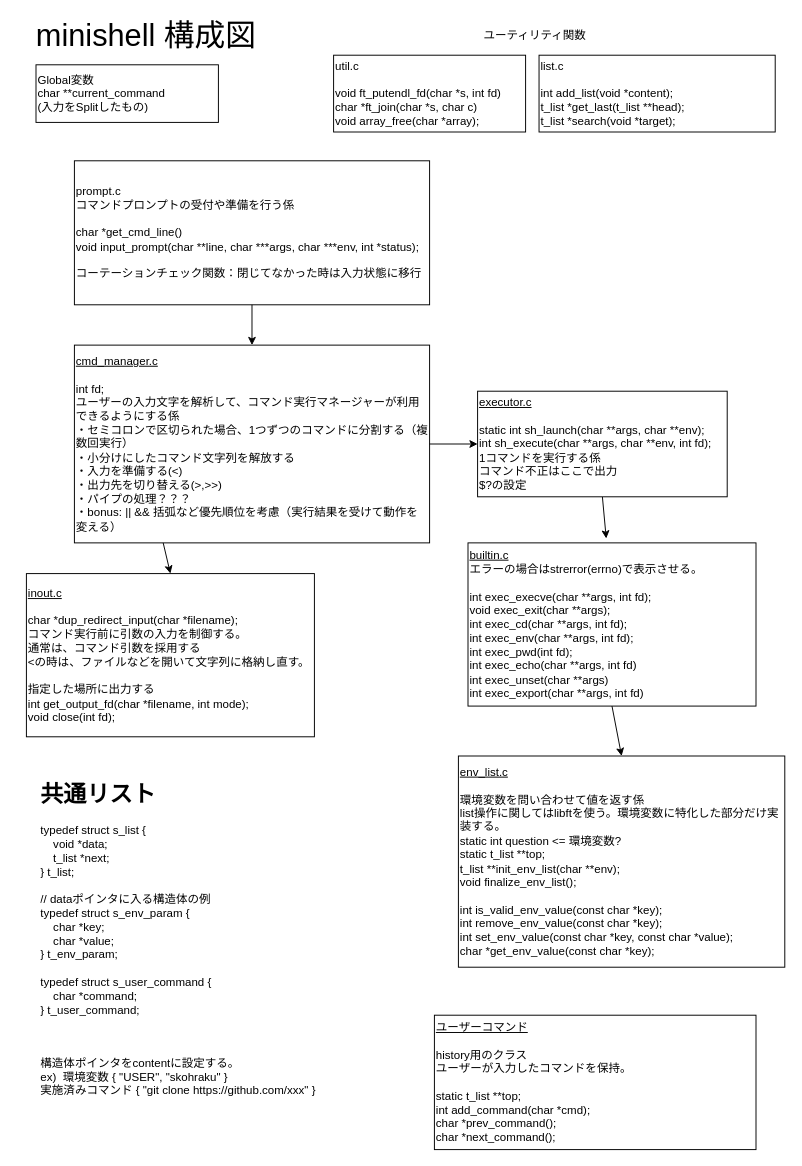
Before: page "構成図" (1 of 2) of diagram.drawio in Toshiki-Nakamura/minishell, a draw.io diagram. Source tidied: cells renumbered, new cells numbered last; positions are measured from the earlier drawing's top-left corner, leaving out a move shared by most shapes. Both pictures are drawn from the tidied source at 96%, with x=0, y=0 at pixel (16, 16).
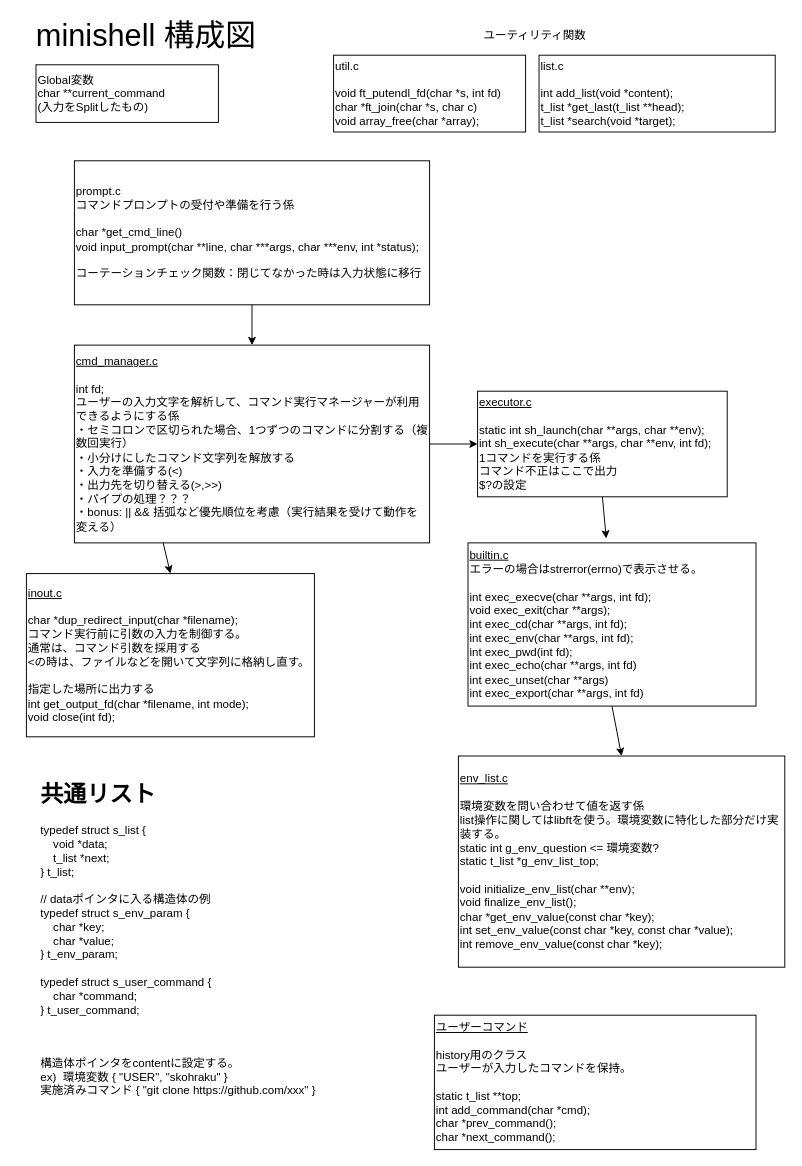
After the change.

Change to the diagram source:
```diff
@@
 <mxGraphModel>
   <root>
     <mxCell id="0" />
     <mxCell id="1" parent="0" />
     <mxCell id="2" value="minishell 構成図" style="text;html=1;strokeColor=none;fillColor=none;align=center;verticalAlign=middle;whiteSpace=wrap;rounded=0;fontSize=32;" parent="1" vertex="1">
       <mxGeometry width="270" height="40" as="geometry" />
     </mxCell>
     <mxCell id="3" value="prompt.c&lt;br&gt;コマンドプロンプトの受付や準備を行う係&lt;br&gt;&lt;br&gt;char *get_cmd_line()&lt;br&gt;void input_prompt(char **line, char ***args, char ***env, int *status);&lt;br&gt;&lt;br&gt;コーテーションチェック関数：閉じてなかった時は入力状態に移行" style="rounded=0;whiteSpace=wrap;html=1;align=left;" parent="1" vertex="1">
       <mxGeometry x="60" y="150" width="370" height="150" as="geometry" />
     </mxCell>
     <mxCell id="4" value="util.c&lt;br&gt;&lt;br&gt;void ft_putendl_fd(char *s, int fd)&lt;br&gt;char *ft_join(char *s, char c)&lt;br&gt;void array_free(char *array);" style="rounded=0;whiteSpace=wrap;html=1;align=left;" parent="1" vertex="1">
       <mxGeometry x="330" y="40" width="200" height="80" as="geometry" />
     </mxCell>
     <mxCell id="5" value="&lt;u&gt;builtin.c&lt;br&gt;&lt;/u&gt;エラーの場合はstrerror(errno)で表示させる。&lt;br&gt;&lt;br&gt;int exec_execve(char **args, int fd);&lt;br&gt;void exec_exit(char **args);&lt;br&gt;int exec_cd(char **args, int fd);&lt;br&gt;int exec_env(char **args, int fd);&lt;br&gt;int exec_pwd(int fd);&lt;br&gt;int exec_echo(char **args, int fd)&lt;br&gt;int exec_unset(char **args)&lt;br&gt;int exec_export(char **args, int fd)&amp;nbsp;" style="whiteSpace=wrap;html=1;align=left;" parent="1" vertex="1">
       <mxGeometry x="470" y="548" width="300" height="170" as="geometry" />
     </mxCell>
     <mxCell id="6" style="endArrow=classic;html=1;entryX=0.48;entryY=-0.027;entryDx=0;entryDy=0;exitX=0.5;exitY=1;exitDx=0;exitDy=0;entryPerimeter=0;" parent="1" edge="1" source="14" target="5">
       <mxGeometry relative="1" as="geometry" />
     </mxCell>
     <mxCell id="7" value="list.c&lt;br&gt;&lt;br&gt;int add_list(void *content);&lt;br&gt;t_list *get_last(t_list **head);&lt;br&gt;t_list *search(void *target);" style="rounded=0;whiteSpace=wrap;html=1;align=left;" parent="1" vertex="1">
       <mxGeometry x="544" y="40" width="246" height="80" as="geometry" />
     </mxCell>
     <mxCell id="8" value="&lt;h1&gt;共通リスト&lt;/h1&gt;&lt;p&gt;typedef struct s_list {&lt;br&gt;&lt;span&gt;&amp;nbsp; &amp;nbsp; void *data;&lt;br&gt;&amp;nbsp; &amp;nbsp; t_list *next;&lt;br&gt;} t_list;&lt;br&gt;&lt;br&gt;// dataポインタに入る構造体の例&lt;br&gt;typedef struct s_env_param {&lt;br&gt;&amp;nbsp; &amp;nbsp; char *key;&lt;br&gt;&amp;nbsp; &amp;nbsp; char *value;&lt;br&gt;} t_env_param;&lt;br&gt;&lt;br&gt;typedef struct s_user_command {&lt;br&gt;&amp;nbsp; &amp;nbsp; char *command;&lt;br&gt;} t_user_command;&lt;br&gt;&lt;br&gt;&lt;/span&gt;&lt;/p&gt;&lt;p&gt;&lt;span&gt;&lt;br&gt;構造体ポインタをcontentに設定する。&lt;br&gt;ex)&amp;nbsp; 環境変数 { &quot;USER&quot;, &quot;skohraku&quot; }&amp;nbsp;&lt;br&gt;実施済みコマンド { &quot;git clone https://github.com/xxx&quot; }&lt;br&gt;&lt;/span&gt;&lt;/p&gt;" style="text;html=1;strokeColor=none;fillColor=none;spacing=5;spacingTop=-20;whiteSpace=wrap;overflow=hidden;rounded=0;align=left;" parent="1" vertex="1">
       <mxGeometry x="20" y="790" width="370" height="370" as="geometry" />
     </mxCell>
-    <mxCell id="9" value="&lt;u&gt;env_list.c&lt;br&gt;&lt;/u&gt;&lt;br&gt;環境変数を問い合わせて値を返す係&lt;br&gt;list操作に関してはlibftを使う。環境変数に特化した部分だけ実装する。&lt;br&gt;static int question &amp;lt;= 環境変数?&lt;br&gt;static t_list **top;&lt;br&gt;t_list **init_env_list(char **env);&lt;br&gt;void finalize_env_list();&lt;br&gt;&lt;br&gt;int is_valid_env_value(const char *key);&lt;br&gt;int remove_env_value(const char *key);&lt;br&gt;int set_env_value(const char *key, const char *value);&lt;br&gt;char *get_env_value(const char *key);" style="rounded=0;whiteSpace=wrap;html=1;align=left;" parent="1" vertex="1">
+    <mxCell id="9" value="&lt;u&gt;env_list.c&lt;br&gt;&lt;/u&gt;&lt;br&gt;環境変数を問い合わせて値を返す係&lt;br&gt;list操作に関してはlibftを使う。環境変数に特化した部分だけ実装する。&lt;br&gt;static int g_env_question &amp;lt;= 環境変数?&lt;br&gt;static t_list *g_env_list_top;&lt;br&gt;&lt;br&gt;void initialize_env_list(char **env);&lt;br&gt;void finalize_env_list();&lt;br&gt;char *get_env_value(const char *key);&lt;br&gt;int set_env_value(const char *key, const char *value);&lt;br&gt;int remove_env_value(const char *key);" style="rounded=0;whiteSpace=wrap;html=1;align=left;" parent="1" vertex="1">
       <mxGeometry x="460" y="770" width="340" height="220" as="geometry" />
     </mxCell>
     <mxCell id="10" value="Global変数&lt;br&gt;char **current_command&lt;br&gt;(入力をSplitしたもの)" style="rounded=0;whiteSpace=wrap;html=1;align=left;" parent="1" vertex="1">
       <mxGeometry x="20" y="50" width="190" height="60" as="geometry" />
     </mxCell>
     <mxCell id="11" value="&lt;u&gt;cmd_manager.c&lt;/u&gt;&lt;br&gt;&lt;br&gt;int fd;&lt;br&gt;ユーザーの入力文字を解析して、コマンド実行マネージャーが利用できるようにする係&lt;br&gt;・セミコロンで区切られた場合、1つずつのコマンドに分割する（複数回実行）&lt;br&gt;・小分けにしたコマンド文字列を解放する&lt;br&gt;・入力を準備する(&amp;lt;)&lt;br&gt;・出力先を切り替える(&amp;gt;,&amp;gt;&amp;gt;)&lt;br&gt;・パイプの処理？？？&lt;br&gt;・bonus: || &amp;amp;&amp;amp; 括弧など優先順位を考慮（実行結果を受けて動作を変える）" style="whiteSpace=wrap;html=1;align=left;" parent="1" vertex="1">
       <mxGeometry x="60" y="342" width="370" height="206" as="geometry" />
     </mxCell>
     <mxCell id="12" style="endArrow=classic;html=1;entryX=0.5;entryY=0;entryDx=0;entryDy=0;exitX=0.5;exitY=1;exitDx=0;exitDy=0;" parent="1" edge="1" source="3" target="11">
       <mxGeometry relative="1" as="geometry" />
     </mxCell>
     <mxCell id="13" value="&lt;u&gt;inout.c&lt;br&gt;&lt;/u&gt;&lt;br&gt;char *dup_redirect_input(char *filename);&lt;br&gt;コマンド実行前に引数の入力を制御する。&lt;br&gt;通常は、コマンド引数を採用する&lt;br&gt;&amp;lt;の時は、ファイルなどを開いて文字列に格納し直す。&lt;br&gt;&lt;br&gt;指定した場所に出力する&lt;br&gt;int get_output_fd(char *filename, int mode);&lt;br&gt;void close(int fd);" style="whiteSpace=wrap;html=1;align=left;" parent="1" vertex="1">
       <mxGeometry x="10" y="580" width="300" height="170" as="geometry" />
     </mxCell>
     <mxCell id="14" value="&lt;u&gt;executor.c&lt;/u&gt;&lt;br&gt;&lt;br&gt;static int sh_launch(char **args, char **env);&lt;br&gt;int sh_execute(char **args, char **env, int fd);&lt;br&gt;1コマンドを実行する係&lt;br&gt;コマンド不正はここで出力&lt;br&gt;$?の設定" style="whiteSpace=wrap;html=1;align=left;" parent="1" vertex="1">
       <mxGeometry x="480" y="390" width="260" height="110" as="geometry" />
     </mxCell>
     <mxCell id="15" style="endArrow=classic;html=1;exitX=0.25;exitY=1;exitDx=0;exitDy=0;entryX=0.5;entryY=0;entryDx=0;entryDy=0;" parent="1" edge="1" source="11" target="13">
       <mxGeometry relative="1" as="geometry" />
     </mxCell>
     <mxCell id="16" style="endArrow=classic;html=1;exitX=1;exitY=0.5;exitDx=0;exitDy=0;entryX=0;entryY=0.5;entryDx=0;entryDy=0;" parent="1" edge="1" source="11" target="14">
       <mxGeometry relative="1" as="geometry" />
     </mxCell>
     <mxCell id="17" value="ユーティリティ関数" style="text;html=1;strokeColor=none;fillColor=none;align=center;verticalAlign=middle;whiteSpace=wrap;rounded=0;" parent="1" vertex="1">
       <mxGeometry x="440" y="10" width="200" height="20" as="geometry" />
     </mxCell>
     <mxCell id="18" style="endArrow=classic;html=1;exitX=0.5;exitY=1;exitDx=0;exitDy=0;entryX=0.5;entryY=0;entryDx=0;entryDy=0;" parent="1" edge="1" source="5" target="9">
       <mxGeometry relative="1" as="geometry" />
     </mxCell>
     <mxCell id="19" value="&lt;u&gt;ユーザーコマンド&lt;/u&gt;&lt;br&gt;&lt;br&gt;history用のクラス&lt;br&gt;ユーザーが入力したコマンドを保持。&lt;br&gt;&lt;br&gt;static t_list **top;&lt;br&gt;int add_command(char *cmd);&lt;br&gt;char *prev_command();&lt;br&gt;char *next_command();" style="whiteSpace=wrap;html=1;align=left;" parent="1" vertex="1">
       <mxGeometry x="435" y="1040" width="335" height="140" as="geometry" />
     </mxCell>
   </root>
 </mxGraphModel>
```
